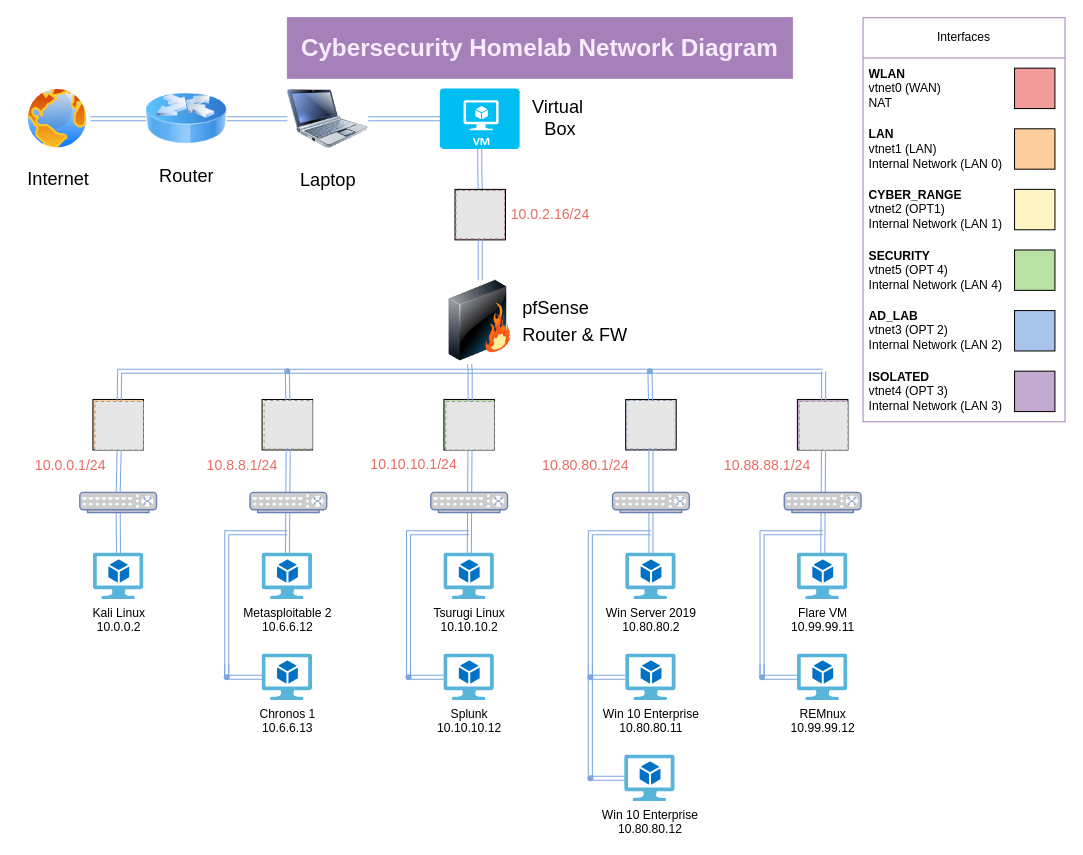
This is homelab-network.drawio from rhit-goldmate/homelab, a draw.io file, before an edit. Source tidied: cells renumbered, new cells numbered last; positions are measured from the earlier drawing's top-left corner, leaving out a move shared by most shapes. Both pictures are drawn from the tidied source at 101%, with x=0, y=0 at pixel (16, 17). Pictures stored in the file or linked from it are replaced by grey dashed boxes.
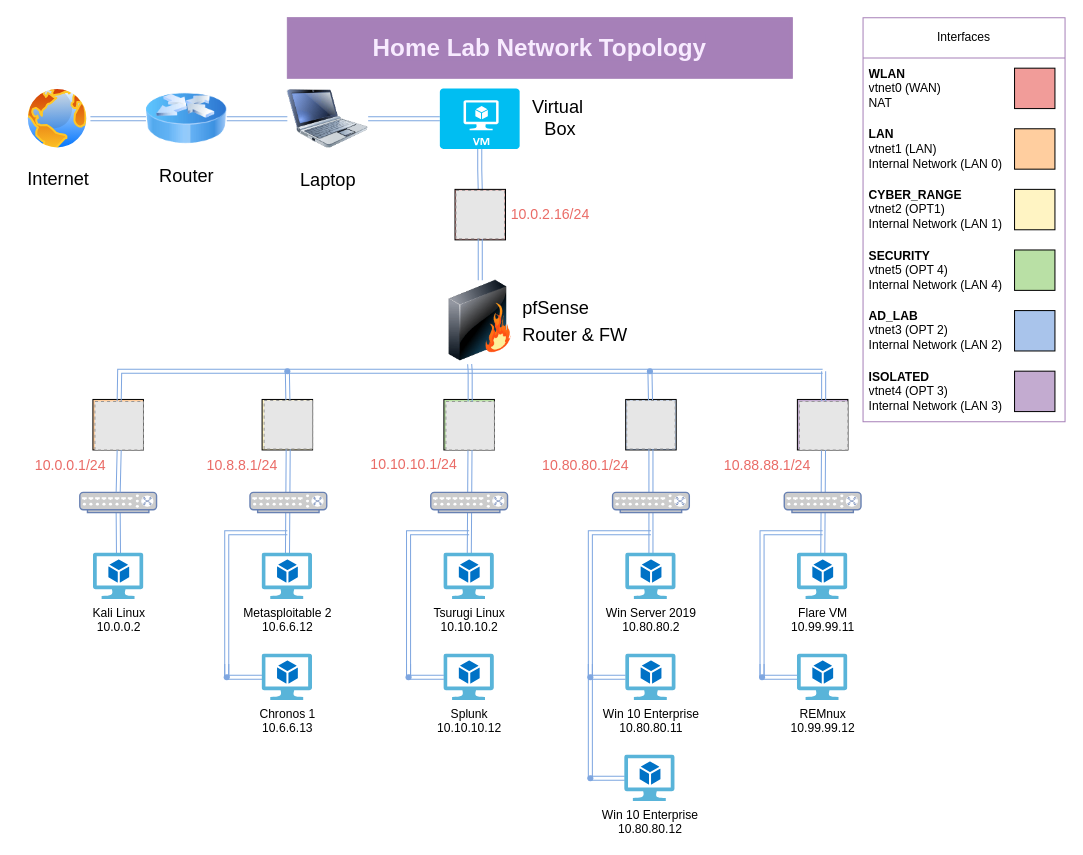
Above is the later version.

Change to the diagram source:
```diff
@@
-    <mxCell id="92" value="&lt;h1&gt;&lt;span style=&quot;background-color: rgb(166, 128, 184);&quot;&gt;&lt;font color=&quot;#f8ebff&quot;&gt;Cybersecurity Homelab Network Diagram&lt;/font&gt;&lt;/span&gt;&lt;/h1&gt;" style="shape=ext;double=1;rounded=0;whiteSpace=wrap;html=1;strokeColor=#A680B8;fillColor=#A680B8;" parent="1" vertex="1">
+    <mxCell id="92" value="&lt;h1&gt;&lt;span style=&quot;background-color: rgb(166, 128, 184);&quot;&gt;&lt;font color=&quot;#f8ebff&quot;&gt;Home Lab Network Topology&lt;/font&gt;&lt;/span&gt;&lt;/h1&gt;" style="shape=ext;double=1;rounded=0;whiteSpace=wrap;html=1;strokeColor=#A680B8;fillColor=#A680B8;" parent="1" vertex="1">
       <mxGeometry x="268" width="500" height="60" as="geometry" />
     </mxCell>
```
